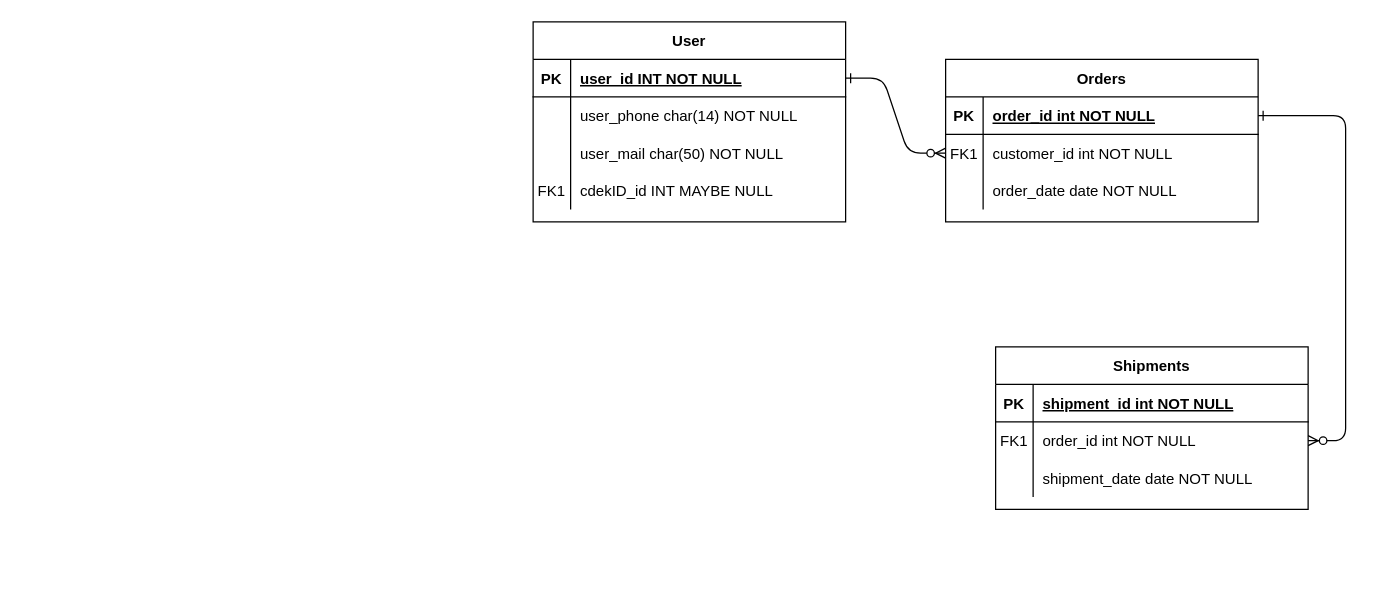
This is CDEK ER.drawio from krbyhome/UMLdiagrams, a draw.io file, before an edit. Source tidied: cells renumbered, new cells numbered last; positions are measured from the earlier drawing's top-left corner, leaving out a move shared by most shapes. Both pictures are drawn from the tidied source at 125%, with x=0, y=0 at pixel (532, 21).
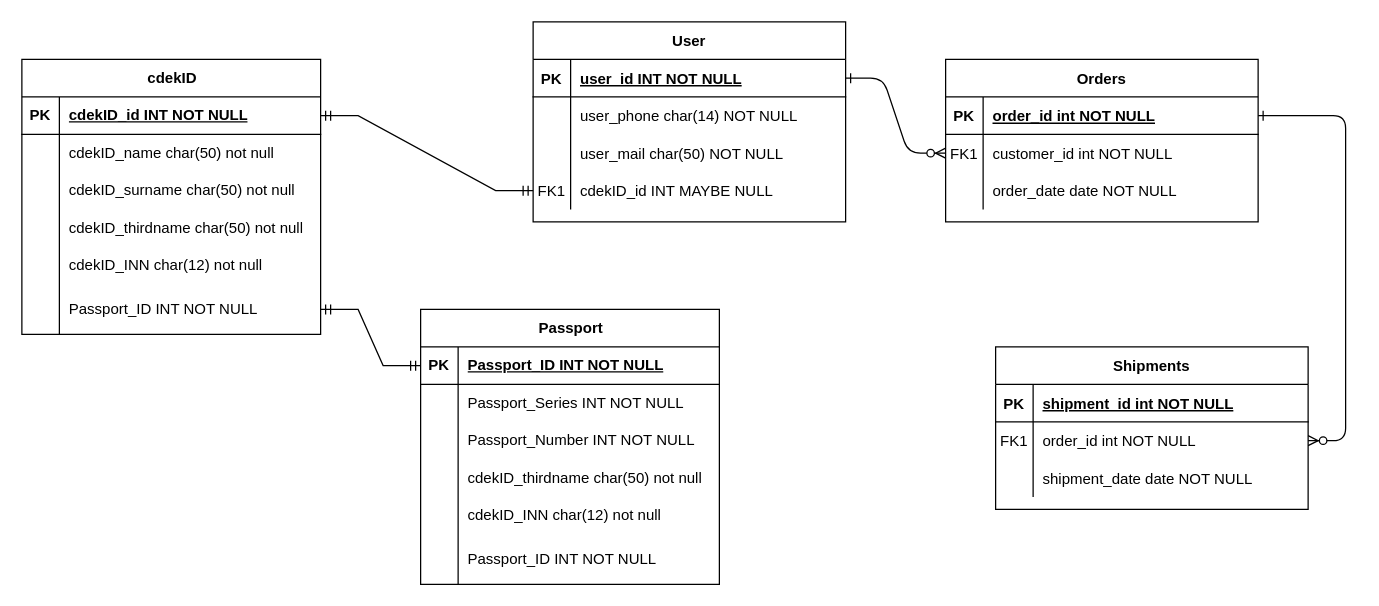
The same page after the edit.

Unchanged cells that the change refers to:
```xml
<mxCell id="34" style="shape=partialRectangle;fillColor=none;points=[[0,0.5],[1,0.5]];portConstraint=eastwest;top=0;left=0;right=0;bottom=0;" parent="24" vertex="1">
  <mxGeometry y="120" width="250" height="30" as="geometry" />
</mxCell>
```

What changed in the source:
```diff
@@
+    <mxCell id="37" style="edgeStyle=entityRelationEdgeStyle;fontSize=12;html=1;endArrow=ERmandOne;startArrow=ERmandOne;rounded=0;entryX=0;entryY=0.5;entryDx=0;entryDy=0;exitX=1;exitY=0.5;exitDx=0;exitDy=0;" parent="1" edge="1" source="39" target="34">
+      <mxGeometry relative="1" as="geometry" />
+    </mxCell>
+    <mxCell id="38" value="cdekID" style="shape=table;startSize=30;childLayout=tableLayout;rowLines=0;fontStyle=1;align=center;html=1;" parent="1" vertex="1">
+      <mxGeometry x="-409" y="30" width="239" height="220" as="geometry" />
+    </mxCell>
+    <mxCell id="39" style="shape=tableRow;horizontal=0;startSize=0;swimlaneHead=0;swimlaneBody=0;fillColor=none;points=[[0,0.5],[1,0.5]];portConstraint=eastwest;top=0;left=0;right=0;bottom=1;" parent="38" vertex="1">
+      <mxGeometry y="30" width="239" height="30" as="geometry" />
+    </mxCell>
+    <mxCell id="40" value="PK" style="shape=partialRectangle;fillColor=none;top=0;left=0;bottom=0;right=0;fontStyle=1;overflow=hidden;whiteSpace=wrap;html=1;" parent="39" vertex="1">
+      <mxGeometry width="30" height="30" as="geometry" />
+    </mxCell>
+    <mxCell id="41" value="cdekID_id INT NOT NULL" style="shape=partialRectangle;fillColor=none;top=0;left=0;bottom=0;right=0;align=left;spacingLeft=6;fontStyle=5;overflow=hidden;whiteSpace=wrap;html=1;" parent="39" vertex="1">
+      <mxGeometry x="30" width="209" height="30" as="geometry" />
+    </mxCell>
+    <mxCell id="42" style="shape=tableRow;horizontal=0;startSize=0;swimlaneHead=0;swimlaneBody=0;fillColor=none;top=0;left=0;right=0;bottom=0;" parent="38" vertex="1">
+      <mxGeometry y="60" width="239" height="30" as="geometry" />
+    </mxCell>
+    <mxCell id="43" style="shape=partialRectangle;fillColor=none;top=0;left=0;bottom=0;right=0;overflow=hidden;whiteSpace=wrap;html=1;" parent="42" vertex="1">
+      <mxGeometry width="30" height="30" as="geometry" />
+    </mxCell>
+    <mxCell id="44" value="cdekID_name char(50) not null" style="shape=partialRectangle;fillColor=none;top=0;left=0;bottom=0;right=0;align=left;spacingLeft=6;overflow=hidden;whiteSpace=wrap;html=1;" parent="42" vertex="1">
+      <mxGeometry x="30" width="209" height="30" as="geometry" />
+    </mxCell>
+    <mxCell id="45" style="shape=tableRow;horizontal=0;startSize=0;swimlaneHead=0;swimlaneBody=0;fillColor=none;top=0;left=0;right=0;bottom=0;" parent="38" vertex="1">
+      <mxGeometry y="90" width="239" height="30" as="geometry" />
+    </mxCell>
+    <mxCell id="46" style="shape=partialRectangle;fillColor=none;top=0;left=0;bottom=0;right=0;overflow=hidden;whiteSpace=wrap;html=1;" parent="45" vertex="1">
+      <mxGeometry width="30" height="30" as="geometry" />
+    </mxCell>
+    <mxCell id="47" value="cdekID_surname char(50) not null" style="shape=partialRectangle;fillColor=none;top=0;left=0;bottom=0;right=0;align=left;spacingLeft=6;overflow=hidden;whiteSpace=wrap;html=1;" parent="45" vertex="1">
+      <mxGeometry x="30" width="209" height="30" as="geometry" />
+    </mxCell>
+    <mxCell id="48" style="shape=tableRow;horizontal=0;startSize=0;swimlaneHead=0;swimlaneBody=0;fillColor=none;top=0;left=0;right=0;bottom=0;" parent="38" vertex="1">
+      <mxGeometry y="120" width="239" height="30" as="geometry" />
+    </mxCell>
+    <mxCell id="49" style="shape=partialRectangle;fillColor=none;top=0;left=0;bottom=0;right=0;overflow=hidden;whiteSpace=wrap;html=1;" parent="48" vertex="1">
+      <mxGeometry width="30" height="30" as="geometry" />
+    </mxCell>
+    <mxCell id="50" value="cdekID_thirdname char(50) not null" style="shape=partialRectangle;fillColor=none;top=0;left=0;bottom=0;right=0;align=left;spacingLeft=6;overflow=hidden;whiteSpace=wrap;html=1;" parent="48" vertex="1">
+      <mxGeometry x="30" width="209" height="30" as="geometry" />
+    </mxCell>
+    <mxCell id="51" style="shape=tableRow;horizontal=0;startSize=0;swimlaneHead=0;swimlaneBody=0;fillColor=none;top=0;left=0;right=0;bottom=0;" parent="38" vertex="1">
+      <mxGeometry y="150" width="239" height="30" as="geometry" />
+    </mxCell>
+    <mxCell id="52" style="shape=partialRectangle;fillColor=none;top=0;left=0;bottom=0;right=0;overflow=hidden;whiteSpace=wrap;html=1;" parent="51" vertex="1">
+      <mxGeometry width="30" height="30" as="geometry" />
+    </mxCell>
+    <mxCell id="53" value="cdekID_INN char(12) not null" style="shape=partialRectangle;fillColor=none;top=0;left=0;bottom=0;right=0;align=left;spacingLeft=6;overflow=hidden;whiteSpace=wrap;html=1;" parent="51" vertex="1">
+      <mxGeometry x="30" width="209" height="30" as="geometry" />
+    </mxCell>
+    <mxCell id="54" style="shape=tableRow;horizontal=0;startSize=0;swimlaneHead=0;swimlaneBody=0;fillColor=none;points=[[0,0.5],[1,0.5]];portConstraint=eastwest;top=0;left=0;right=0;bottom=0;" parent="38" vertex="1">
+      <mxGeometry y="180" width="239" height="40" as="geometry" />
+    </mxCell>
+    <mxCell id="55" style="shape=partialRectangle;fillColor=none;top=0;left=0;bottom=0;right=0;overflow=hidden;whiteSpace=wrap;html=1;" parent="54" vertex="1">
+      <mxGeometry width="30" height="40" as="geometry" />
+    </mxCell>
+    <mxCell id="56" value="Passport_ID INT NOT NULL" style="shape=partialRectangle;fillColor=none;top=0;left=0;bottom=0;right=0;align=left;spacingLeft=6;overflow=hidden;whiteSpace=wrap;html=1;" parent="54" vertex="1">
+      <mxGeometry x="30" width="209" height="40" as="geometry" />
+    </mxCell>
+    <mxCell id="57" value="Passport" style="shape=table;startSize=30;childLayout=tableLayout;rowLines=0;fontStyle=1;align=center;html=1;" parent="1" vertex="1">
+      <mxGeometry x="-90" y="230" width="239" height="220" as="geometry" />
+    </mxCell>
+    <mxCell id="58" style="shape=tableRow;horizontal=0;startSize=0;swimlaneHead=0;swimlaneBody=0;fillColor=none;points=[[0,0.5],[1,0.5]];portConstraint=eastwest;top=0;left=0;right=0;bottom=1;" parent="57" vertex="1">
+      <mxGeometry y="30" width="239" height="30" as="geometry" />
+    </mxCell>
+    <mxCell id="59" value="PK" style="shape=partialRectangle;fillColor=none;top=0;left=0;bottom=0;right=0;fontStyle=1;overflow=hidden;whiteSpace=wrap;html=1;" parent="58" vertex="1">
+      <mxGeometry width="30" height="30" as="geometry" />
+    </mxCell>
+    <mxCell id="60" value="Passport_ID INT NOT NULL" style="shape=partialRectangle;fillColor=none;top=0;left=0;bottom=0;right=0;align=left;spacingLeft=6;fontStyle=5;overflow=hidden;whiteSpace=wrap;html=1;" parent="58" vertex="1">
+      <mxGeometry x="30" width="209" height="30" as="geometry" />
+    </mxCell>
+    <mxCell id="61" style="shape=tableRow;horizontal=0;startSize=0;swimlaneHead=0;swimlaneBody=0;fillColor=none;top=0;left=0;right=0;bottom=0;" parent="57" vertex="1">
+      <mxGeometry y="60" width="239" height="30" as="geometry" />
+    </mxCell>
+    <mxCell id="62" style="shape=partialRectangle;fillColor=none;top=0;left=0;bottom=0;right=0;overflow=hidden;whiteSpace=wrap;html=1;" parent="61" vertex="1">
+      <mxGeometry width="30" height="30" as="geometry" />
+    </mxCell>
+    <mxCell id="63" value="Passport_Series INT NOT NULL" style="shape=partialRectangle;fillColor=none;top=0;left=0;bottom=0;right=0;align=left;spacingLeft=6;overflow=hidden;whiteSpace=wrap;html=1;" parent="61" vertex="1">
+      <mxGeometry x="30" width="209" height="30" as="geometry" />
+    </mxCell>
+    <mxCell id="64" style="shape=tableRow;horizontal=0;startSize=0;swimlaneHead=0;swimlaneBody=0;fillColor=none;top=0;left=0;right=0;bottom=0;" parent="57" vertex="1">
+      <mxGeometry y="90" width="239" height="30" as="geometry" />
+    </mxCell>
+    <mxCell id="65" style="shape=partialRectangle;fillColor=none;top=0;left=0;bottom=0;right=0;overflow=hidden;whiteSpace=wrap;html=1;" parent="64" vertex="1">
+      <mxGeometry width="30" height="30" as="geometry" />
+    </mxCell>
+    <mxCell id="66" value="Passport_Number INT NOT NULL" style="shape=partialRectangle;fillColor=none;top=0;left=0;bottom=0;right=0;align=left;spacingLeft=6;overflow=hidden;whiteSpace=wrap;html=1;" parent="64" vertex="1">
+      <mxGeometry x="30" width="209" height="30" as="geometry" />
+    </mxCell>
+    <mxCell id="67" style="shape=tableRow;horizontal=0;startSize=0;swimlaneHead=0;swimlaneBody=0;fillColor=none;top=0;left=0;right=0;bottom=0;" parent="57" vertex="1">
+      <mxGeometry y="120" width="239" height="30" as="geometry" />
+    </mxCell>
+    <mxCell id="68" style="shape=partialRectangle;fillColor=none;top=0;left=0;bottom=0;right=0;overflow=hidden;whiteSpace=wrap;html=1;" parent="67" vertex="1">
+      <mxGeometry width="30" height="30" as="geometry" />
+    </mxCell>
+    <mxCell id="69" value="cdekID_thirdname char(50) not null" style="shape=partialRectangle;fillColor=none;top=0;left=0;bottom=0;right=0;align=left;spacingLeft=6;overflow=hidden;whiteSpace=wrap;html=1;" parent="67" vertex="1">
+      <mxGeometry x="30" width="209" height="30" as="geometry" />
+    </mxCell>
+    <mxCell id="70" style="shape=tableRow;horizontal=0;startSize=0;swimlaneHead=0;swimlaneBody=0;fillColor=none;top=0;left=0;right=0;bottom=0;" parent="57" vertex="1">
+      <mxGeometry y="150" width="239" height="30" as="geometry" />
+    </mxCell>
+    <mxCell id="71" style="shape=partialRectangle;fillColor=none;top=0;left=0;bottom=0;right=0;overflow=hidden;whiteSpace=wrap;html=1;" parent="70" vertex="1">
+      <mxGeometry width="30" height="30" as="geometry" />
+    </mxCell>
+    <mxCell id="72" value="cdekID_INN char(12) not null" style="shape=partialRectangle;fillColor=none;top=0;left=0;bottom=0;right=0;align=left;spacingLeft=6;overflow=hidden;whiteSpace=wrap;html=1;" parent="70" vertex="1">
+      <mxGeometry x="30" width="209" height="30" as="geometry" />
+    </mxCell>
+    <mxCell id="73" style="shape=tableRow;horizontal=0;startSize=0;swimlaneHead=0;swimlaneBody=0;fillColor=none;top=0;left=0;right=0;bottom=0;" parent="57" vertex="1">
+      <mxGeometry y="180" width="239" height="40" as="geometry" />
+    </mxCell>
+    <mxCell id="74" style="shape=partialRectangle;fillColor=none;top=0;left=0;bottom=0;right=0;overflow=hidden;whiteSpace=wrap;html=1;" parent="73" vertex="1">
+      <mxGeometry width="30" height="40" as="geometry" />
+    </mxCell>
+    <mxCell id="75" value="Passport_ID INT NOT NULL" style="shape=partialRectangle;fillColor=none;top=0;left=0;bottom=0;right=0;align=left;spacingLeft=6;overflow=hidden;whiteSpace=wrap;html=1;" parent="73" vertex="1">
+      <mxGeometry x="30" width="209" height="40" as="geometry" />
+    </mxCell>
+    <mxCell id="76" style="edgeStyle=entityRelationEdgeStyle;fontSize=12;html=1;endArrow=ERmandOne;startArrow=ERmandOne;rounded=0;exitX=0;exitY=0.5;exitDx=0;exitDy=0;" parent="1" edge="1" source="58" target="54">
+      <mxGeometry relative="1" as="geometry" />
+    </mxCell>
```
